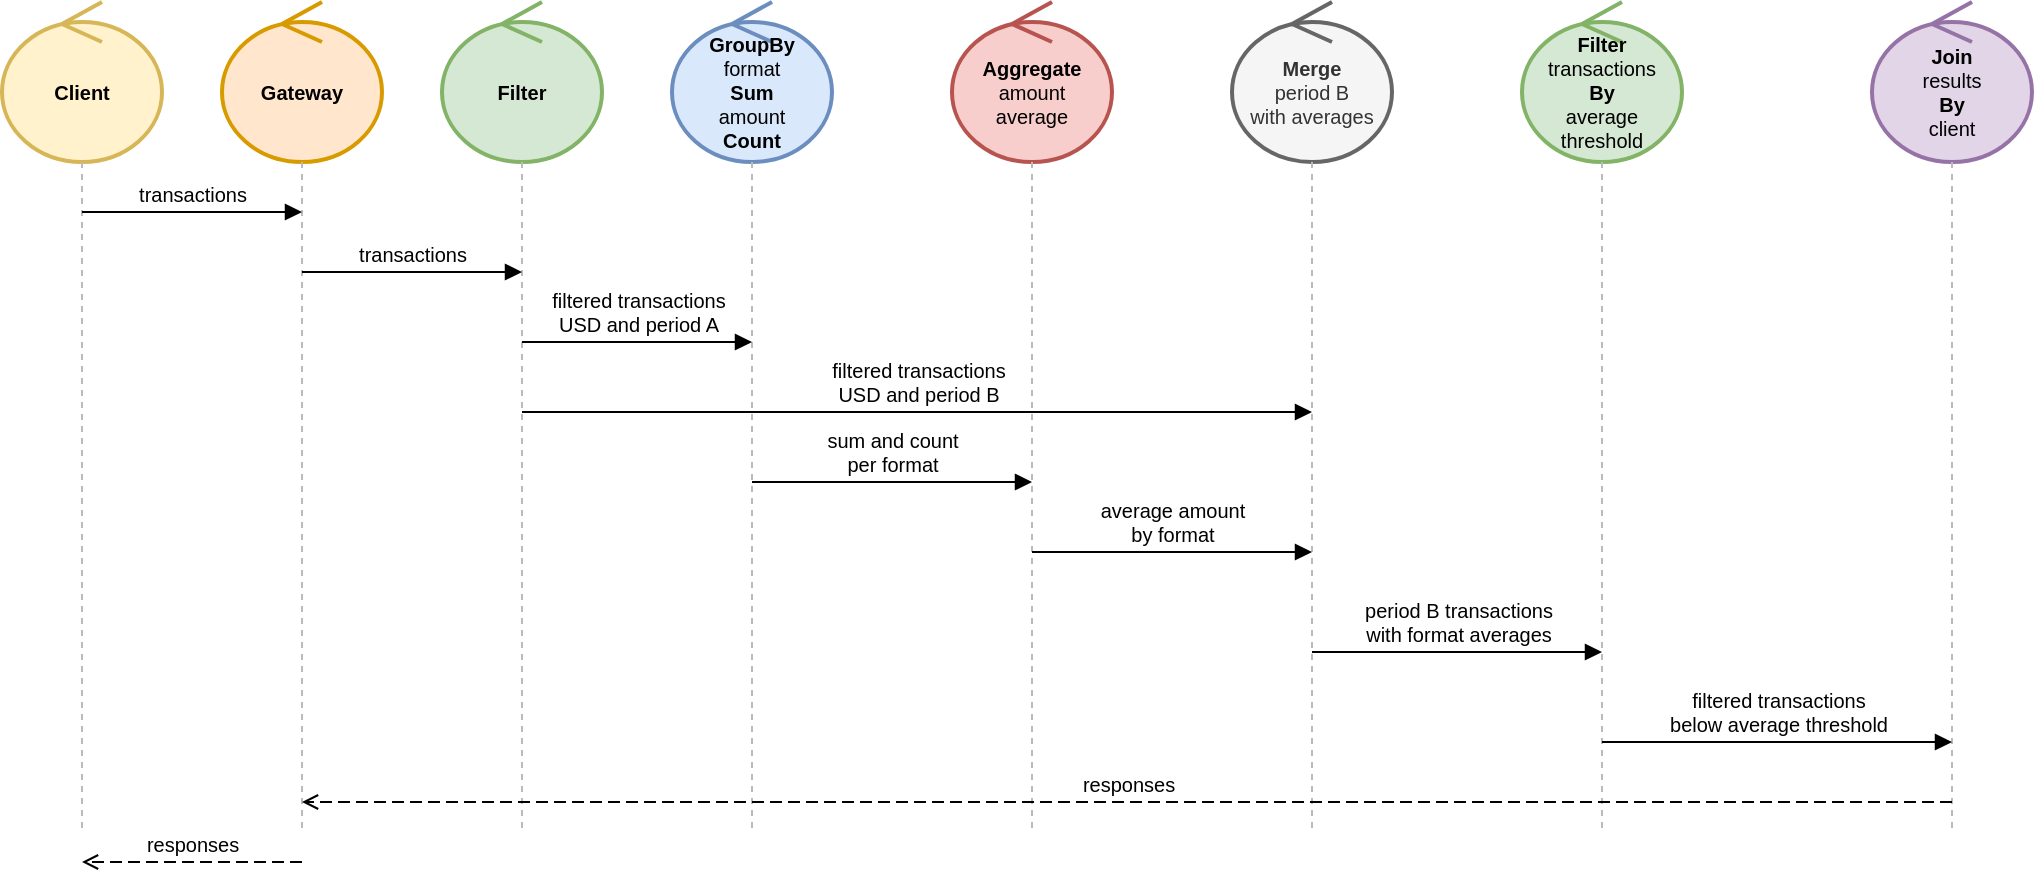
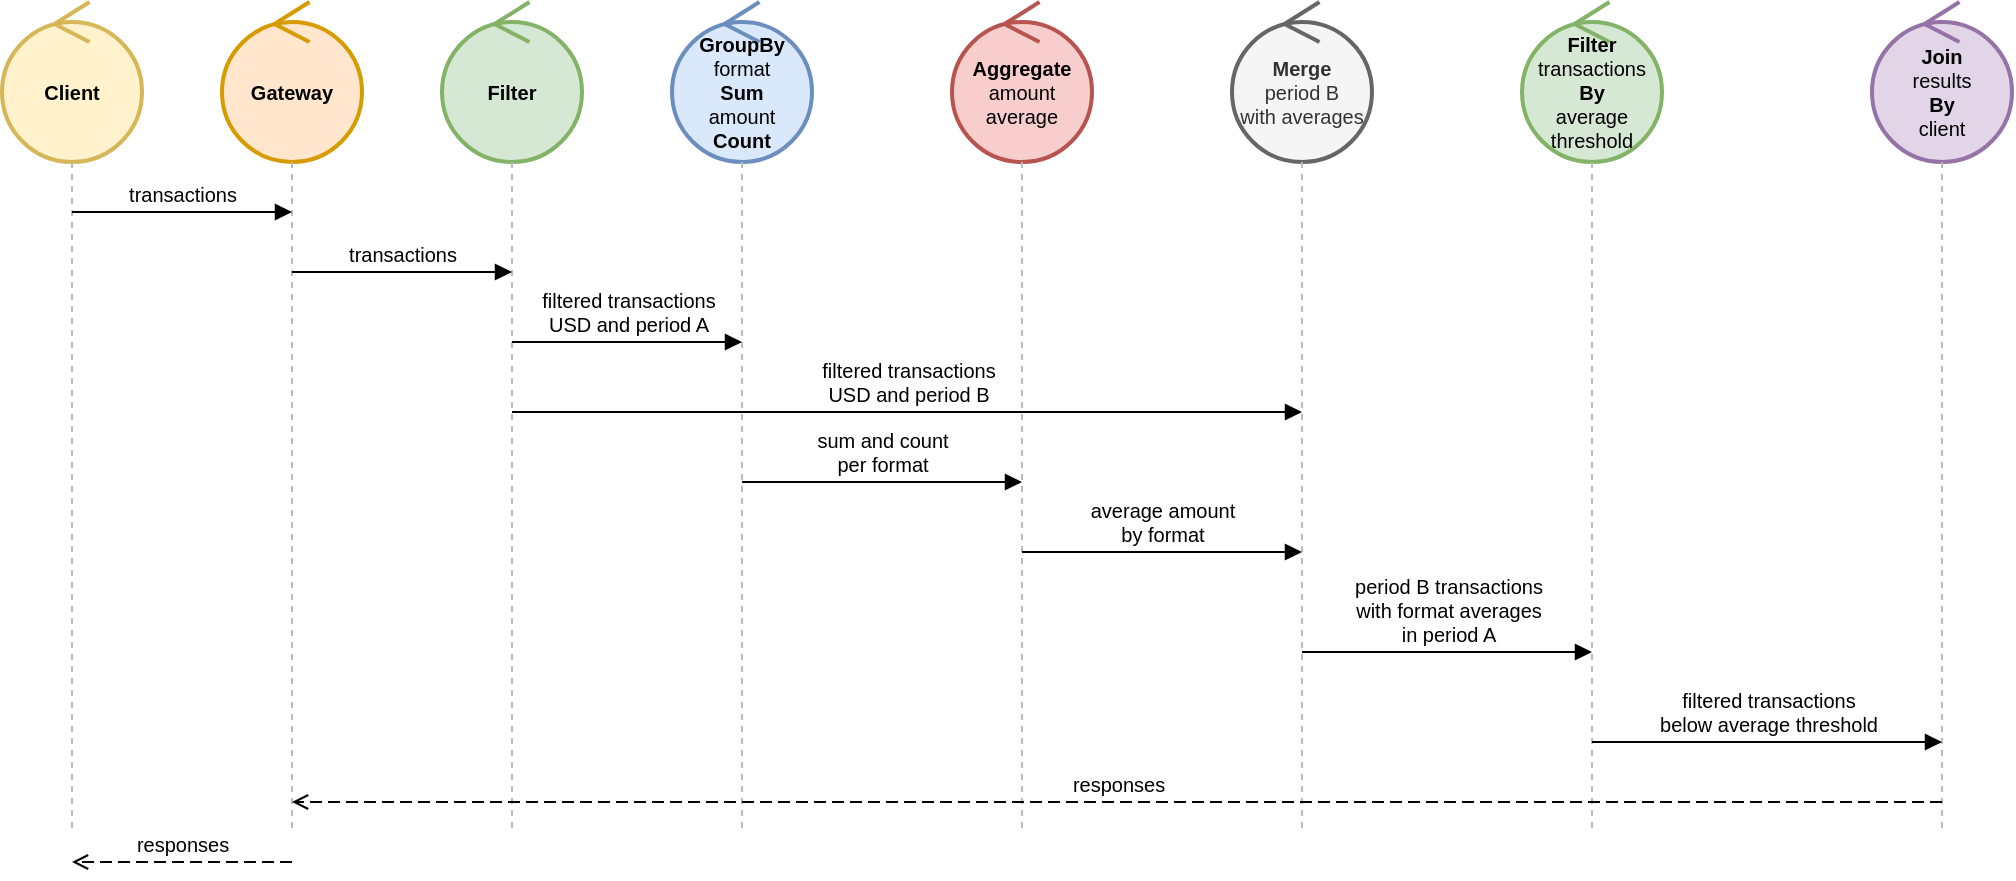
- <mxfile host="Electron">
+ <mxfile host="Electron" agent="Mozilla/5.0 (X11; Linux x86_64) AppleWebKit/537.36 (KHTML, like Gecko) draw.io/29.6.1 Chrome/142.0.7444.265 Electron/39.5.2 Safari/537.36" version="29.6.1">
  <diagram id="uc3-sequence" name="UC3">
-     <mxGraphModel dx="1651" dy="782" grid="1" gridSize="10" guides="1" tooltips="1" connect="1" arrows="1" fold="1" page="1" pageScale="1" pageWidth="1200" pageHeight="520" math="0" shadow="0">
+     <mxGraphModel dx="1215" dy="828" grid="1" gridSize="10" guides="1" tooltips="1" connect="1" arrows="1" fold="1" page="1" pageScale="1" pageWidth="1200" pageHeight="520" math="0" shadow="0">
      <root>
        <mxCell id="0" />
        <mxCell id="1" parent="0" />
- 
        <mxCell id="p1" parent="1" style="ellipse;shape=umlControl;whiteSpace=wrap;html=1;strokeWidth=2;fillColor=#fff2cc;strokeColor=#d6b656;fontSize=10;" value="&lt;b&gt;Client&lt;/b&gt;" vertex="1">
-           <mxGeometry height="80" width="80" x="30" y="15" as="geometry" />
+           <mxGeometry height="80" width="70" x="35" y="15" as="geometry" />
        </mxCell>
- 
        <mxCell id="p2" parent="1" style="ellipse;shape=umlControl;whiteSpace=wrap;html=1;strokeWidth=2;fillColor=#ffe6cc;strokeColor=#d79b00;fontSize=10;" value="&lt;b&gt;Gateway&lt;/b&gt;" vertex="1">
-           <mxGeometry height="80" width="80" x="140" y="15" as="geometry" />
+           <mxGeometry height="80" width="70" x="145" y="15" as="geometry" />
        </mxCell>
- 
        <mxCell id="p3" parent="1" style="ellipse;shape=umlControl;whiteSpace=wrap;html=1;strokeWidth=2;fillColor=#d5e8d4;strokeColor=#82b366;fontSize=10;" value="&lt;b&gt;Filter&lt;/b&gt;" vertex="1">
-           <mxGeometry height="80" width="80" x="250" y="15" as="geometry" />
+           <mxGeometry height="80" width="70" x="255" y="15" as="geometry" />
        </mxCell>
- 
        <mxCell id="p4" parent="1" style="ellipse;shape=umlControl;whiteSpace=wrap;html=1;strokeWidth=2;fillColor=#dae8fc;strokeColor=#6c8ebf;fontSize=10;" value="&lt;b&gt;GroupBy&lt;/b&gt;&lt;div&gt;format&lt;/div&gt;&lt;div&gt;&lt;b&gt;Sum&lt;/b&gt;&lt;/div&gt;&lt;div&gt;amount&lt;/div&gt;&lt;div&gt;&lt;b&gt;Count&lt;/b&gt;&lt;/div&gt;" vertex="1">
-           <mxGeometry height="80" width="80" x="365" y="15" as="geometry" />
+           <mxGeometry height="80" width="70" x="370" y="15" as="geometry" />
        </mxCell>
- 
        <mxCell id="p5" parent="1" style="ellipse;shape=umlControl;whiteSpace=wrap;html=1;strokeWidth=2;fillColor=#f8cecc;strokeColor=#b85450;fontSize=10;" value="&lt;b&gt;Aggregate&lt;/b&gt;&lt;div&gt;amount&lt;/div&gt;&lt;div&gt;average&lt;/div&gt;" vertex="1">
-           <mxGeometry height="80" width="80" x="505" y="15" as="geometry" />
+           <mxGeometry height="80" width="70" x="510" y="15" as="geometry" />
        </mxCell>
- 
        <mxCell id="p6" parent="1" style="ellipse;shape=umlControl;whiteSpace=wrap;html=1;strokeWidth=2;fillColor=#f5f5f5;strokeColor=#666666;fontSize=10;fontColor=#333333;" value="&lt;b&gt;Merge&lt;/b&gt;&lt;div&gt;period B&lt;/div&gt;&lt;div&gt;with averages&lt;/div&gt;" vertex="1">
-           <mxGeometry height="80" width="80" x="645" y="15" as="geometry" />
+           <mxGeometry height="80" width="70" x="650" y="15" as="geometry" />
        </mxCell>
- 
        <mxCell id="p7" parent="1" style="ellipse;shape=umlControl;whiteSpace=wrap;html=1;strokeWidth=2;fillColor=#d5e8d4;strokeColor=#82b366;fontSize=10;" value="&lt;b&gt;Filter&lt;/b&gt;&lt;div&gt;transactions&lt;/div&gt;&lt;div&gt;&lt;b&gt;By&lt;/b&gt;&lt;/div&gt;&lt;div&gt;average threshold&lt;/div&gt;" vertex="1">
-           <mxGeometry height="80" width="80" x="790" y="15" as="geometry" />
+           <mxGeometry height="80" width="70" x="795" y="15" as="geometry" />
        </mxCell>
- 
        <mxCell id="p8" parent="1" style="ellipse;shape=umlControl;whiteSpace=wrap;html=1;strokeWidth=2;fillColor=#e1d5e7;strokeColor=#9673a6;fontSize=10;" value="&lt;b&gt;Join&lt;/b&gt;&lt;div&gt;results&lt;/div&gt;&lt;div&gt;&lt;b&gt;By&lt;/b&gt;&lt;/div&gt;&lt;div&gt;client&lt;/div&gt;" vertex="1">
-           <mxGeometry height="80" width="80" x="965" y="15" as="geometry" />
+           <mxGeometry height="80" width="70" x="970" y="15" as="geometry" />
        </mxCell>
- 
        <mxCell id="l1" edge="1" parent="1" style="endArrow=none;html=1;dashed=1;strokeColor=#BBBBBB;strokeWidth=1;">
          <mxGeometry relative="1" as="geometry">
            <mxPoint x="70" y="95" as="sourcePoint" />
            <mxPoint x="70" y="430" as="targetPoint" />
          </mxGeometry>
        </mxCell>
- 
        <mxCell id="l2" edge="1" parent="1" style="endArrow=none;html=1;dashed=1;strokeColor=#BBBBBB;strokeWidth=1;">
          <mxGeometry relative="1" as="geometry">
            <mxPoint x="180" y="95" as="sourcePoint" />
            <mxPoint x="180" y="430" as="targetPoint" />
          </mxGeometry>
        </mxCell>
- 
        <mxCell id="l3" edge="1" parent="1" style="endArrow=none;html=1;dashed=1;strokeColor=#BBBBBB;strokeWidth=1;">
          <mxGeometry relative="1" as="geometry">
            <mxPoint x="290" y="95" as="sourcePoint" />
            <mxPoint x="290" y="430" as="targetPoint" />
          </mxGeometry>
        </mxCell>
- 
        <mxCell id="l4" edge="1" parent="1" style="endArrow=none;html=1;dashed=1;strokeColor=#BBBBBB;strokeWidth=1;">
          <mxGeometry relative="1" as="geometry">
            <mxPoint x="405" y="95" as="sourcePoint" />
            <mxPoint x="405" y="430" as="targetPoint" />
          </mxGeometry>
        </mxCell>
- 
        <mxCell id="l5" edge="1" parent="1" style="endArrow=none;html=1;dashed=1;strokeColor=#BBBBBB;strokeWidth=1;">
          <mxGeometry relative="1" as="geometry">
            <mxPoint x="545" y="95" as="sourcePoint" />
            <mxPoint x="545" y="430" as="targetPoint" />
          </mxGeometry>
        </mxCell>
- 
        <mxCell id="l6" edge="1" parent="1" style="endArrow=none;html=1;dashed=1;strokeColor=#BBBBBB;strokeWidth=1;">
          <mxGeometry relative="1" as="geometry">
            <mxPoint x="685" y="95" as="sourcePoint" />
            <mxPoint x="685" y="430" as="targetPoint" />
          </mxGeometry>
        </mxCell>
- 
        <mxCell id="l7" edge="1" parent="1" style="endArrow=none;html=1;dashed=1;strokeColor=#BBBBBB;strokeWidth=1;">
          <mxGeometry relative="1" as="geometry">
            <mxPoint x="830" y="95" as="sourcePoint" />
            <mxPoint x="830" y="430" as="targetPoint" />
          </mxGeometry>
        </mxCell>
- 
        <mxCell id="l8" edge="1" parent="1" style="endArrow=none;html=1;dashed=1;strokeColor=#BBBBBB;strokeWidth=1;">
          <mxGeometry relative="1" as="geometry">
            <mxPoint x="1005" y="95" as="sourcePoint" />
            <mxPoint x="1005" y="430" as="targetPoint" />
          </mxGeometry>
        </mxCell>
- 
        <mxCell id="m1" edge="1" parent="1" style="endArrow=block;endFill=1;html=1;fontSize=10;verticalAlign=bottom;fontFamily=Helvetica;" value="transactions">
          <mxGeometry relative="1" as="geometry">
            <mxPoint x="70" y="120" as="sourcePoint" />
            <mxPoint x="180" y="120" as="targetPoint" />
          </mxGeometry>
        </mxCell>
- 
        <mxCell id="m2" edge="1" parent="1" style="endArrow=block;endFill=1;html=1;fontSize=10;verticalAlign=bottom;fontFamily=Helvetica;" value="transactions">
          <mxGeometry relative="1" as="geometry">
            <mxPoint x="180" y="150" as="sourcePoint" />
            <mxPoint x="290" y="150" as="targetPoint" />
          </mxGeometry>
        </mxCell>
- 
        <mxCell id="m3" edge="1" parent="1" style="endArrow=block;endFill=1;html=1;fontSize=10;verticalAlign=bottom;fontFamily=Helvetica;" value="filtered transactions&lt;div&gt;USD and period A&lt;/div&gt;">
          <mxGeometry relative="1" as="geometry">
            <mxPoint x="290" y="185" as="sourcePoint" />
            <mxPoint x="405" y="185" as="targetPoint" />
          </mxGeometry>
        </mxCell>
- 
        <mxCell id="m4" edge="1" parent="1" style="endArrow=block;endFill=1;html=1;fontSize=10;verticalAlign=bottom;fontFamily=Helvetica;" value="filtered transactions&lt;div&gt;USD and period B&lt;/div&gt;">
          <mxGeometry relative="1" as="geometry">
            <mxPoint x="290" y="220" as="sourcePoint" />
            <mxPoint x="685" y="220" as="targetPoint" />
          </mxGeometry>
        </mxCell>
- 
        <mxCell id="m5" edge="1" parent="1" style="endArrow=block;endFill=1;html=1;fontSize=10;verticalAlign=bottom;fontFamily=Helvetica;" value="sum and count&lt;div&gt;per format&lt;/div&gt;">
          <mxGeometry relative="1" as="geometry">
            <mxPoint x="405" y="255" as="sourcePoint" />
            <mxPoint x="545" y="255" as="targetPoint" />
          </mxGeometry>
        </mxCell>
- 
        <mxCell id="m6" edge="1" parent="1" style="endArrow=block;endFill=1;html=1;fontSize=10;verticalAlign=bottom;fontFamily=Helvetica;" value="average amount&lt;div&gt;by format&lt;/div&gt;">
          <mxGeometry relative="1" as="geometry">
            <mxPoint x="545" y="290" as="sourcePoint" />
            <mxPoint x="685" y="290" as="targetPoint" />
          </mxGeometry>
        </mxCell>
- 
-         <mxCell id="m7" edge="1" parent="1" style="endArrow=block;endFill=1;html=1;fontSize=10;verticalAlign=bottom;fontFamily=Helvetica;" value="period B transactions&lt;div&gt;with format averages&lt;/div&gt;">
+         <mxCell id="m7" edge="1" parent="1" style="endArrow=block;endFill=1;html=1;fontSize=10;verticalAlign=bottom;fontFamily=Helvetica;" value="period B transactions&lt;div&gt;with format averages&lt;/div&gt;&lt;div&gt;in period A&lt;/div&gt;">
          <mxGeometry relative="1" as="geometry">
            <mxPoint x="685" y="340" as="sourcePoint" />
            <mxPoint x="830" y="340" as="targetPoint" />
          </mxGeometry>
        </mxCell>
- 
        <mxCell id="m8" edge="1" parent="1" style="endArrow=block;endFill=1;html=1;fontSize=10;verticalAlign=bottom;fontFamily=Helvetica;" value="filtered transactions&lt;div&gt;below average threshold&lt;/div&gt;">
          <mxGeometry relative="1" as="geometry">
            <mxPoint x="830" y="385" as="sourcePoint" />
            <mxPoint x="1005" y="385" as="targetPoint" />
          </mxGeometry>
        </mxCell>
- 
        <mxCell id="m9" edge="1" parent="1" style="endArrow=open;endFill=0;html=1;fontSize=10;verticalAlign=bottom;fontFamily=Helvetica;dashed=1;dashPattern=6 3;" value="responses">
          <mxGeometry relative="1" as="geometry">
            <mxPoint x="1005" y="415" as="sourcePoint" />
            <mxPoint x="180" y="415" as="targetPoint" />
          </mxGeometry>
        </mxCell>
- 
        <mxCell id="m10" edge="1" parent="1" style="endArrow=open;endFill=0;html=1;fontSize=10;verticalAlign=bottom;fontFamily=Helvetica;dashed=1;dashPattern=6 3;" value="responses">
          <mxGeometry relative="1" as="geometry">
            <mxPoint x="180" y="445" as="sourcePoint" />
            <mxPoint x="70" y="445" as="targetPoint" />
          </mxGeometry>
        </mxCell>
- 
      </root>
    </mxGraphModel>
  </diagram>
- </mxfile>+ </mxfile>
